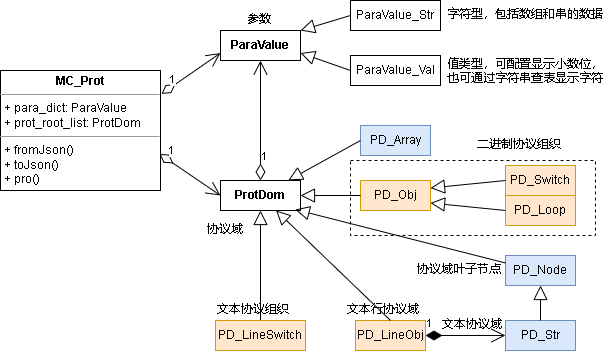
yangzigy/com_mc keeps this draw.io diagram as doc/draft/动态协议-实现类图.drawio.png. Above is the earlier version. Source tidied: cells renumbered, new cells last; positions are measured from the earlier drawing's top-left corner, leaving out a move shared by most shapes.
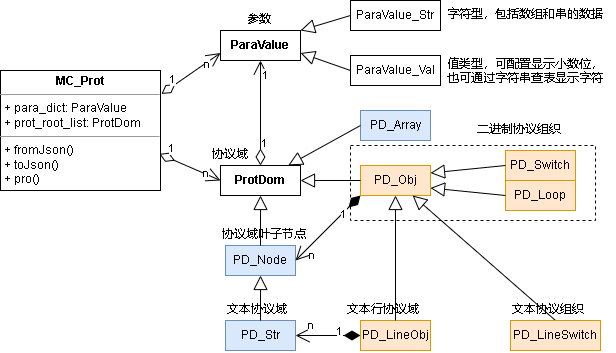
After the commit.

Diff of the diagram source:
```diff
@@ -3,7 +3,7 @@
     <mxCell id="0" />
     <mxCell id="1" parent="0" />
     <mxCell id="2" style="rounded=0;whiteSpace=wrap;html=1;fillColor=none;dashed=1;" parent="1" vertex="1">
-      <mxGeometry x="350" y="160" width="245" height="75" as="geometry" />
+      <mxGeometry x="350" y="145" width="245" height="75" as="geometry" />
     </mxCell>
     <mxCell id="3" value="ParaValue" style="rounded=0;whiteSpace=wrap;html=1;fontStyle=1;" parent="1" vertex="1">
       <mxGeometry x="220" y="30" width="80" height="30" as="geometry" />
@@ -15,31 +15,31 @@
       <mxGeometry x="350" y="55" width="90" height="30" as="geometry" />
     </mxCell>
     <mxCell id="6" value="ProtDom" style="rounded=0;whiteSpace=wrap;html=1;fontStyle=1;" parent="1" vertex="1">
-      <mxGeometry x="220" y="180" width="80" height="30" as="geometry" />
+      <mxGeometry x="220" y="165" width="80" height="30" as="geometry" />
     </mxCell>
     <mxCell id="7" value="PD_Node" style="rounded=0;whiteSpace=wrap;html=1;fillColor=#dae8fc;strokeColor=#6c8ebf;" parent="1" vertex="1">
-      <mxGeometry x="505" y="255" width="70" height="30" as="geometry" />
+      <mxGeometry x="225" y="245" width="70" height="30" as="geometry" />
     </mxCell>
     <mxCell id="8" value="协议域叶子节点" style="text;whiteSpace=wrap;html=1;" parent="1" vertex="1">
-      <mxGeometry x="415" y="255" width="90" height="25" as="geometry" />
+      <mxGeometry x="220" y="220" width="90" height="25" as="geometry" />
     </mxCell>
     <mxCell id="9" value="PD_Array" style="rounded=0;whiteSpace=wrap;html=1;fillColor=#dae8fc;strokeColor=#6c8ebf;" parent="1" vertex="1">
-      <mxGeometry x="360" y="125" width="70" height="30" as="geometry" />
+      <mxGeometry x="360" y="110" width="70" height="30" as="geometry" />
     </mxCell>
     <mxCell id="10" value="PD_Str" style="rounded=0;whiteSpace=wrap;html=1;fillColor=#dae8fc;strokeColor=#6c8ebf;" parent="1" vertex="1">
-      <mxGeometry x="505" y="320" width="70" height="30" as="geometry" />
+      <mxGeometry x="225" y="320" width="70" height="30" as="geometry" />
     </mxCell>
     <mxCell id="11" value="PD_Switch" style="rounded=0;whiteSpace=wrap;html=1;fillColor=#ffe6cc;strokeColor=#d79b00;" parent="1" vertex="1">
-      <mxGeometry x="505" y="165" width="70" height="30" as="geometry" />
+      <mxGeometry x="505" y="150" width="70" height="30" as="geometry" />
     </mxCell>
     <mxCell id="12" value="PD_Loop" style="rounded=0;whiteSpace=wrap;html=1;fillColor=#ffe6cc;strokeColor=#d79b00;" parent="1" vertex="1">
-      <mxGeometry x="505" y="195" width="70" height="30" as="geometry" />
+      <mxGeometry x="505" y="180" width="70" height="30" as="geometry" />
     </mxCell>
     <mxCell id="13" value="PD_Obj" style="rounded=0;whiteSpace=wrap;html=1;fillColor=#ffe6cc;strokeColor=#d79b00;" parent="1" vertex="1">
-      <mxGeometry x="360" y="180" width="70" height="30" as="geometry" />
+      <mxGeometry x="360" y="165" width="70" height="30" as="geometry" />
     </mxCell>
     <mxCell id="14" value="PD_LineObj" style="rounded=0;whiteSpace=wrap;html=1;fillColor=#ffe6cc;strokeColor=#d79b00;" parent="1" vertex="1">
-      <mxGeometry x="355" y="320" width="70" height="30" as="geometry" />
+      <mxGeometry x="360" y="320" width="70" height="30" as="geometry" />
     </mxCell>
     <mxCell id="15" style="endArrow=block;endSize=12;endFill=0;html=1;rounded=0;entryX=1;entryY=0;entryDx=0;entryDy=0;exitX=0;exitY=0.5;exitDx=0;exitDy=0;" parent="1" edge="1" source="4" target="3">
       <mxGeometry relative="1" as="geometry" />
@@ -57,12 +57,12 @@
       <mxGeometry x="445" y="50" width="165" height="50" as="geometry" />
     </mxCell>
     <mxCell id="20" value="协议域" style="text;whiteSpace=wrap;html=1;" parent="1" vertex="1">
-      <mxGeometry x="205" y="215" width="45" height="25" as="geometry" />
+      <mxGeometry x="210" y="140" width="45" height="25" as="geometry" />
     </mxCell>
-    <mxCell id="21" style="endArrow=block;endSize=12;endFill=0;html=1;rounded=0;entryX=0.934;entryY=0.967;entryDx=0;entryDy=0;exitX=0;exitY=0.25;exitDx=0;exitDy=0;entryPerimeter=0;" parent="1" edge="1" source="7" target="6">
+    <mxCell id="21" style="endArrow=block;endSize=12;endFill=0;html=1;rounded=0;entryX=0.5;entryY=1;entryDx=0;entryDy=0;exitX=0.5;exitY=0;exitDx=0;exitDy=0;" parent="1" edge="1" source="7" target="6">
       <mxGeometry x="-0.19" y="-3" relative="1" as="geometry" />
     </mxCell>
-    <mxCell id="22" style="endArrow=block;endSize=12;endFill=0;html=1;rounded=0;exitX=0.5;exitY=0;exitDx=0;exitDy=0;entryX=0.5;entryY=1;entryDx=0;entryDy=0;" parent="1" edge="1" source="34" target="6">
+    <mxCell id="22" style="endArrow=block;endSize=12;endFill=0;html=1;rounded=0;exitX=0.5;exitY=0;exitDx=0;exitDy=0;" parent="1" edge="1" source="34" target="13">
       <mxGeometry x="-0.19" y="-3" relative="1" as="geometry" />
     </mxCell>
     <mxCell id="23" style="endArrow=block;endSize=12;endFill=0;html=1;rounded=0;entryX=0.848;entryY=-0.005;entryDx=0;entryDy=0;exitX=0;exitY=0.5;exitDx=0;exitDy=0;entryPerimeter=0;" parent="1" edge="1" source="9" target="6">
@@ -71,7 +71,7 @@
     <mxCell id="24" style="endArrow=block;endSize=12;endFill=0;html=1;rounded=0;exitX=0;exitY=0.5;exitDx=0;exitDy=0;" parent="1" edge="1" source="13" target="6">
       <mxGeometry x="-0.19" y="-3" relative="1" as="geometry" />
     </mxCell>
-    <mxCell id="25" style="endArrow=block;endSize=12;endFill=0;html=1;rounded=0;exitX=0.5;exitY=0;exitDx=0;exitDy=0;" parent="1" edge="1" source="14" target="6">
+    <mxCell id="25" style="endArrow=block;endSize=12;endFill=0;html=1;rounded=0;exitX=0.5;exitY=0;exitDx=0;exitDy=0;entryX=0.5;entryY=1;entryDx=0;entryDy=0;" parent="1" edge="1" source="14" target="13">
       <mxGeometry x="-0.19" y="-3" relative="1" as="geometry" />
     </mxCell>
     <mxCell id="26" style="endArrow=block;endSize=12;endFill=0;html=1;rounded=0;" parent="1" edge="1" source="10" target="7">
@@ -84,22 +84,32 @@
       <mxGeometry x="-0.19" y="-3" relative="1" as="geometry" />
     </mxCell>
     <mxCell id="29" value="文本协议组织" style="text;whiteSpace=wrap;html=1;" parent="1" vertex="1">
-      <mxGeometry x="215" y="295" width="75" height="25" as="geometry" />
+      <mxGeometry x="510" y="295" width="75" height="25" as="geometry" />
     </mxCell>
     <mxCell id="30" value="文本协议域" style="text;whiteSpace=wrap;html=1;" parent="1" vertex="1">
-      <mxGeometry x="440" y="310" width="70" height="25" as="geometry" />
+      <mxGeometry x="225" y="295" width="70" height="25" as="geometry" />
     </mxCell>
-    <mxCell id="31" value="1" style="endArrow=open;html=1;endSize=12;startArrow=diamondThin;startSize=14;startFill=1;align=left;verticalAlign=bottom;rounded=0;entryX=0;entryY=0.5;entryDx=0;entryDy=0;exitX=1;exitY=0.5;exitDx=0;exitDy=0;" parent="1" edge="1" source="14" target="10">
-      <mxGeometry x="-1" y="3" relative="1" as="geometry" />
+    <mxCell id="31" value="1" style="endArrow=open;html=1;endSize=12;startArrow=diamondThin;startSize=14;startFill=1;align=left;verticalAlign=bottom;rounded=0;entryX=1;entryY=0.5;entryDx=0;entryDy=0;exitX=0;exitY=0.5;exitDx=0;exitDy=0;" parent="1" edge="1" source="14" target="10">
+      <mxGeometry x="-0.23" y="5" relative="1" as="geometry" />
     </mxCell>
+    <mxCell id="39" value="n" style="edgeLabel;html=1;align=center;verticalAlign=middle;" parent="31" vertex="1">
+      <mxGeometry x="0.58" relative="1" as="geometry">
+        <mxPoint x="1" y="-10" as="offset" />
+      </mxGeometry>
+    </mxCell>
     <mxCell id="32" value="二进制协议组织" style="text;whiteSpace=wrap;html=1;" parent="1" vertex="1">
-      <mxGeometry x="475" y="130" width="95" height="25" as="geometry" />
+      <mxGeometry x="475" y="115" width="95" height="25" as="geometry" />
     </mxCell>
     <mxCell id="33" value="1" style="endArrow=open;html=1;endSize=12;startArrow=diamondThin;startSize=14;startFill=0;edgeStyle=orthogonalEdgeStyle;align=left;verticalAlign=bottom;rounded=0;entryX=0.5;entryY=1;entryDx=0;entryDy=0;exitX=0.5;exitY=0;exitDx=0;exitDy=0;" parent="1" edge="1" source="6" target="3">
       <mxGeometry x="-0.74" relative="1" as="geometry" />
     </mxCell>
+    <mxCell id="40" value="1" style="edgeLabel;html=1;align=center;verticalAlign=middle;" parent="33" vertex="1">
+      <mxGeometry x="0.75" y="-1" relative="1" as="geometry">
+        <mxPoint x="4" y="2" as="offset" />
+      </mxGeometry>
+    </mxCell>
     <mxCell id="34" value="PD_LineSwitch" style="rounded=0;whiteSpace=wrap;html=1;fillColor=#ffe6cc;strokeColor=#d79b00;" parent="1" vertex="1">
-      <mxGeometry x="215" y="320" width="90" height="30" as="geometry" />
+      <mxGeometry x="510" y="320" width="90" height="30" as="geometry" />
     </mxCell>
     <mxCell id="35" value="文本行协议域" style="text;whiteSpace=wrap;html=1;" parent="1" vertex="1">
       <mxGeometry x="345" y="295" width="75" height="25" as="geometry" />
@@ -107,11 +117,25 @@
     <mxCell id="36" value="1" style="endArrow=open;html=1;endSize=12;startArrow=diamondThin;startSize=14;startFill=0;align=left;verticalAlign=bottom;rounded=0;entryX=0;entryY=0.75;entryDx=0;entryDy=0;exitX=1.006;exitY=0.195;exitDx=0;exitDy=0;exitPerimeter=0;" parent="1" edge="1" source="38" target="3">
       <mxGeometry x="-0.74" relative="1" as="geometry" />
     </mxCell>
+    <mxCell id="41" value="n" style="edgeLabel;html=1;align=center;verticalAlign=middle;" parent="36" vertex="1">
+      <mxGeometry x="0.49" y="-1" relative="1" as="geometry" />
+    </mxCell>
     <mxCell id="37" value="1" style="endArrow=open;html=1;endSize=12;startArrow=diamondThin;startSize=14;startFill=0;align=left;verticalAlign=bottom;rounded=0;entryX=0;entryY=0.5;entryDx=0;entryDy=0;exitX=0.993;exitY=0.695;exitDx=0;exitDy=0;exitPerimeter=0;" parent="1" edge="1" source="38" target="6">
       <mxGeometry x="-0.74" relative="1" as="geometry" />
     </mxCell>
+    <mxCell id="42" value="n" style="edgeLabel;html=1;align=center;verticalAlign=middle;" parent="37" vertex="1">
+      <mxGeometry x="0.49" relative="1" as="geometry" />
+    </mxCell>
     <mxCell id="38" value="&lt;p style=&quot;margin: 0px ; margin-top: 4px ; text-align: center&quot;&gt;&lt;b&gt;MC_Prot&lt;/b&gt;&lt;br&gt;&lt;/p&gt;&lt;hr size=&quot;1&quot;&gt;&lt;p style=&quot;margin: 0px 0px 0px 4px&quot;&gt;+ para_dict: ParaValue&lt;/p&gt;&lt;p style=&quot;margin: 0px 0px 0px 4px&quot;&gt;+&amp;nbsp;prot_root_list:&amp;nbsp;ProtDom&lt;/p&gt;&lt;hr size=&quot;1&quot;&gt;&lt;p style=&quot;margin: 0px ; margin-left: 4px&quot;&gt;+ fromJson()&lt;/p&gt;&lt;p style=&quot;margin: 0px ; margin-left: 4px&quot;&gt;+ toJson()&lt;/p&gt;&lt;p style=&quot;margin: 0px ; margin-left: 4px&quot;&gt;+ pro()&lt;/p&gt;" style="verticalAlign=top;align=left;overflow=fill;fontSize=12;fontFamily=Helvetica;html=1;" parent="1" vertex="1">
       <mxGeometry y="70" width="160" height="120" as="geometry" />
     </mxCell>
+    <mxCell id="43" value="1" style="endArrow=open;html=1;endSize=12;startArrow=diamondThin;startSize=14;startFill=1;align=left;verticalAlign=bottom;rounded=0;entryX=1;entryY=0.5;entryDx=0;entryDy=0;exitX=0;exitY=1;exitDx=0;exitDy=0;" parent="1" edge="1" source="13" target="7">
+      <mxGeometry x="-0.23" y="5" relative="1" as="geometry" />
+    </mxCell>
+    <mxCell id="44" value="n" style="edgeLabel;html=1;align=center;verticalAlign=middle;" parent="43" vertex="1">
+      <mxGeometry x="0.72" y="-1" relative="1" as="geometry">
+        <mxPoint x="7" y="5" as="offset" />
+      </mxGeometry>
+    </mxCell>
   </root>
 </mxGraphModel>
```
